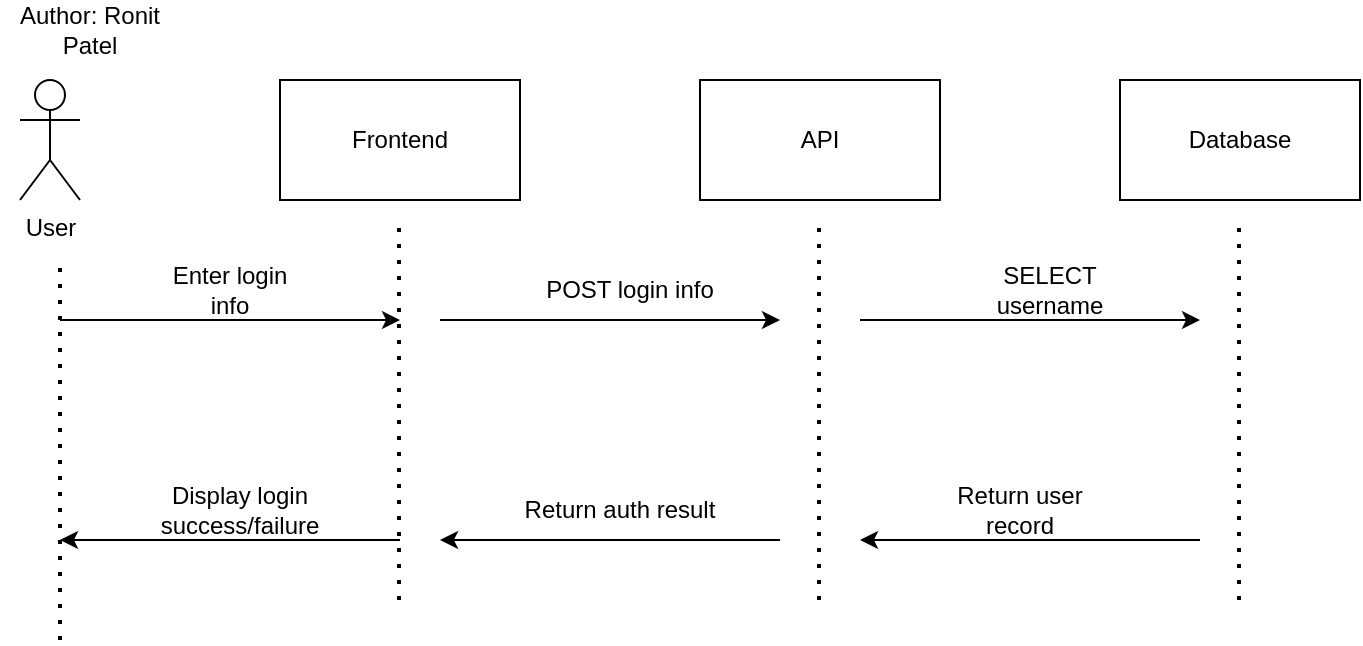
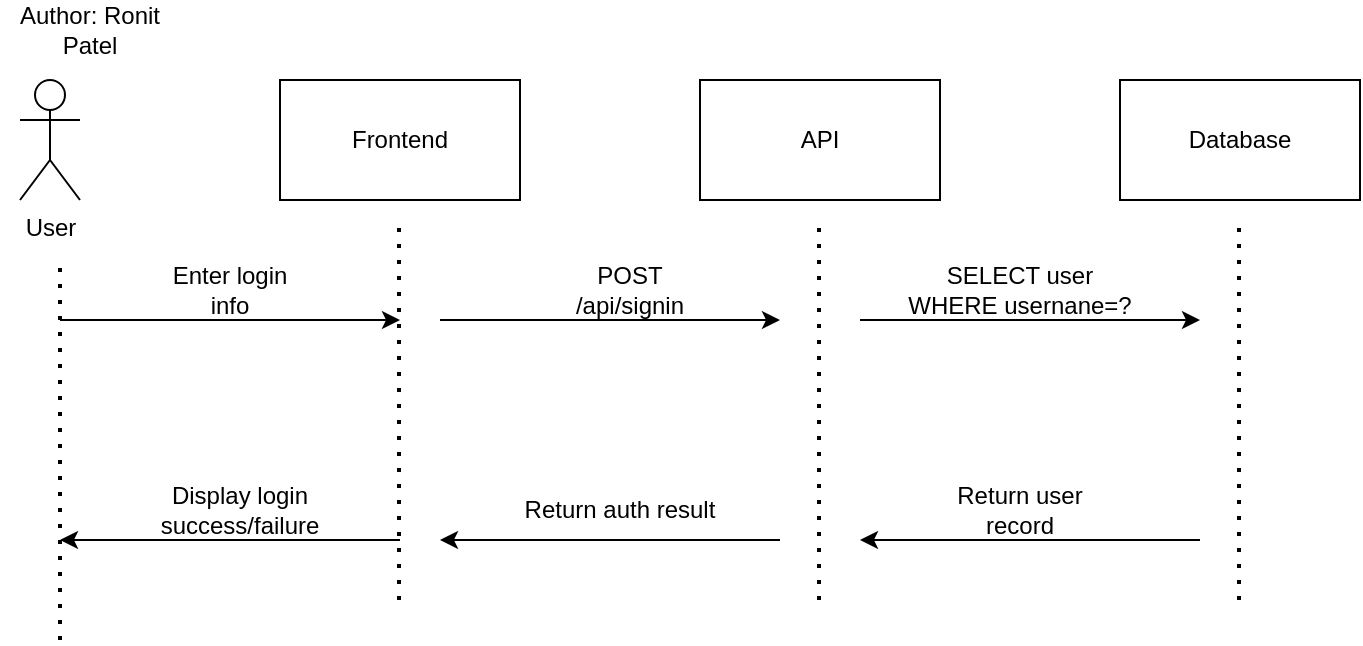
<mxfile host="65bd71144e">
    <diagram id="ywIU7oYeg9UqUSOF9adG" name="Page-1">
        <mxGraphModel dx="1216" dy="779" grid="1" gridSize="10" guides="1" tooltips="1" connect="1" arrows="1" fold="1" page="1" pageScale="1" pageWidth="850" pageHeight="1100" math="0" shadow="0">
            <root>
                <mxCell id="0"/>
                <mxCell id="1" parent="0"/>
                <mxCell id="15" value="User" style="shape=umlActor;verticalLabelPosition=bottom;verticalAlign=top;html=1;outlineConnect=0;" vertex="1" parent="1">
                    <mxGeometry x="70" y="160" width="30" height="60" as="geometry"/>
                </mxCell>
                <mxCell id="16" value="Frontend" style="rounded=0;whiteSpace=wrap;html=1;" vertex="1" parent="1">
                    <mxGeometry x="200" y="160" width="120" height="60" as="geometry"/>
                </mxCell>
                <mxCell id="17" value="API" style="rounded=0;whiteSpace=wrap;html=1;" vertex="1" parent="1">
                    <mxGeometry x="410" y="160" width="120" height="60" as="geometry"/>
                </mxCell>
                <mxCell id="18" value="Database" style="rounded=0;whiteSpace=wrap;html=1;" vertex="1" parent="1">
                    <mxGeometry x="620" y="160" width="120" height="60" as="geometry"/>
                </mxCell>
                <mxCell id="19" value="" style="endArrow=none;dashed=1;html=1;dashPattern=1 3;strokeWidth=2;" edge="1" parent="1">
                    <mxGeometry width="50" height="50" relative="1" as="geometry">
                        <mxPoint x="90" y="440" as="sourcePoint"/>
                        <mxPoint x="90" y="250" as="targetPoint"/>
                    </mxGeometry>
                </mxCell>
                <mxCell id="20" value="" style="endArrow=none;dashed=1;html=1;dashPattern=1 3;strokeWidth=2;" edge="1" parent="1">
                    <mxGeometry width="50" height="50" relative="1" as="geometry">
                        <mxPoint x="259.5" y="420" as="sourcePoint"/>
                        <mxPoint x="259.5" y="230" as="targetPoint"/>
                    </mxGeometry>
                </mxCell>
                <mxCell id="21" value="" style="endArrow=none;dashed=1;html=1;dashPattern=1 3;strokeWidth=2;" edge="1" parent="1">
                    <mxGeometry width="50" height="50" relative="1" as="geometry">
                        <mxPoint x="469.5" y="420" as="sourcePoint"/>
                        <mxPoint x="469.5" y="230" as="targetPoint"/>
                    </mxGeometry>
                </mxCell>
                <mxCell id="22" value="" style="endArrow=none;dashed=1;html=1;dashPattern=1 3;strokeWidth=2;" edge="1" parent="1">
                    <mxGeometry width="50" height="50" relative="1" as="geometry">
                        <mxPoint x="679.5" y="420" as="sourcePoint"/>
                        <mxPoint x="679.5" y="230" as="targetPoint"/>
                    </mxGeometry>
                </mxCell>
                <mxCell id="23" value="" style="endArrow=classic;html=1;" edge="1" parent="1">
                    <mxGeometry width="50" height="50" relative="1" as="geometry">
                        <mxPoint x="90" y="280" as="sourcePoint"/>
                        <mxPoint x="260" y="280" as="targetPoint"/>
                    </mxGeometry>
                </mxCell>
                <mxCell id="24" value="" style="endArrow=classic;html=1;" edge="1" parent="1">
                    <mxGeometry width="50" height="50" relative="1" as="geometry">
                        <mxPoint x="280" y="280" as="sourcePoint"/>
                        <mxPoint x="450" y="280" as="targetPoint"/>
                    </mxGeometry>
                </mxCell>
                <mxCell id="25" value="" style="endArrow=classic;html=1;" edge="1" parent="1">
                    <mxGeometry width="50" height="50" relative="1" as="geometry">
                        <mxPoint x="490" y="280" as="sourcePoint"/>
                        <mxPoint x="660" y="280" as="targetPoint"/>
                    </mxGeometry>
                </mxCell>
                <mxCell id="26" value="" style="endArrow=classic;html=1;" edge="1" parent="1">
                    <mxGeometry width="50" height="50" relative="1" as="geometry">
                        <mxPoint x="260" y="390" as="sourcePoint"/>
                        <mxPoint x="90" y="390" as="targetPoint"/>
                    </mxGeometry>
                </mxCell>
                <mxCell id="27" value="" style="endArrow=classic;html=1;" edge="1" parent="1">
                    <mxGeometry width="50" height="50" relative="1" as="geometry">
                        <mxPoint x="450" y="390" as="sourcePoint"/>
                        <mxPoint x="280" y="390" as="targetPoint"/>
                    </mxGeometry>
                </mxCell>
                <mxCell id="28" value="" style="endArrow=classic;html=1;" edge="1" parent="1">
                    <mxGeometry width="50" height="50" relative="1" as="geometry">
                        <mxPoint x="660" y="390" as="sourcePoint"/>
                        <mxPoint x="490" y="390" as="targetPoint"/>
                    </mxGeometry>
                </mxCell>
                <mxCell id="29" value="Enter login info" style="text;strokeColor=none;align=center;fillColor=none;html=1;verticalAlign=middle;whiteSpace=wrap;rounded=0;" vertex="1" parent="1">
                    <mxGeometry x="140" y="250" width="70" height="30" as="geometry"/>
                </mxCell>
-                 <mxCell id="30" value="POST login info" style="text;strokeColor=none;align=center;fillColor=none;html=1;verticalAlign=middle;whiteSpace=wrap;rounded=0;" vertex="1" parent="1">
+                 <mxCell id="30" value="POST /api/signin" style="text;strokeColor=none;align=center;fillColor=none;html=1;verticalAlign=middle;whiteSpace=wrap;rounded=0;" vertex="1" parent="1">
                    <mxGeometry x="330" y="250" width="90" height="30" as="geometry"/>
                </mxCell>
-                 <mxCell id="31" value="SELECT username" style="text;strokeColor=none;align=center;fillColor=none;html=1;verticalAlign=middle;whiteSpace=wrap;rounded=0;" vertex="1" parent="1">
-                     <mxGeometry x="540" y="250" width="90" height="30" as="geometry"/>
+                 <mxCell id="31" value="SELECT user WHERE usernane=?" style="text;strokeColor=none;align=center;fillColor=none;html=1;verticalAlign=middle;whiteSpace=wrap;rounded=0;" vertex="1" parent="1">
+                     <mxGeometry x="510" y="250" width="120" height="30" as="geometry"/>
                </mxCell>
                <mxCell id="32" value="Return user record" style="text;strokeColor=none;align=center;fillColor=none;html=1;verticalAlign=middle;whiteSpace=wrap;rounded=0;" vertex="1" parent="1">
                    <mxGeometry x="530" y="360" width="80" height="30" as="geometry"/>
                </mxCell>
                <mxCell id="33" value="Return auth result" style="text;strokeColor=none;align=center;fillColor=none;html=1;verticalAlign=middle;whiteSpace=wrap;rounded=0;" vertex="1" parent="1">
                    <mxGeometry x="320" y="360" width="100" height="30" as="geometry"/>
                </mxCell>
                <mxCell id="34" value="Display login success/failure" style="text;strokeColor=none;align=center;fillColor=none;html=1;verticalAlign=middle;whiteSpace=wrap;rounded=0;" vertex="1" parent="1">
                    <mxGeometry x="120" y="360" width="120" height="30" as="geometry"/>
                </mxCell>
                <mxCell id="35" value="&lt;span class=&quot;makeStylesusernameCell-0-2-662&quot;&gt;&lt;div class=&quot;makeStylesusername-0-2-663&quot;&gt;&lt;div class=&quot;makeStylesroot-0-2-267&quot;&gt;&lt;div class=&quot;makeStylesuserPronunciation-0-2-272&quot;&gt;&lt;bdi class=&quot;makeStylesbaseText-0-2-268 makeStylesusernameText-0-2-665 makeStylesbaseText-0-2-672&quot; aria-hidden=&quot;false&quot;&gt;Author: Ronit Patel&lt;/bdi&gt;&lt;/div&gt;&lt;/div&gt;&lt;/div&gt;&lt;/span&gt;" style="text;strokeColor=none;align=center;fillColor=none;html=1;verticalAlign=middle;whiteSpace=wrap;rounded=0;" vertex="1" parent="1">
                    <mxGeometry x="60" y="120" width="90" height="30" as="geometry"/>
                </mxCell>
            </root>
        </mxGraphModel>
    </diagram>
</mxfile>